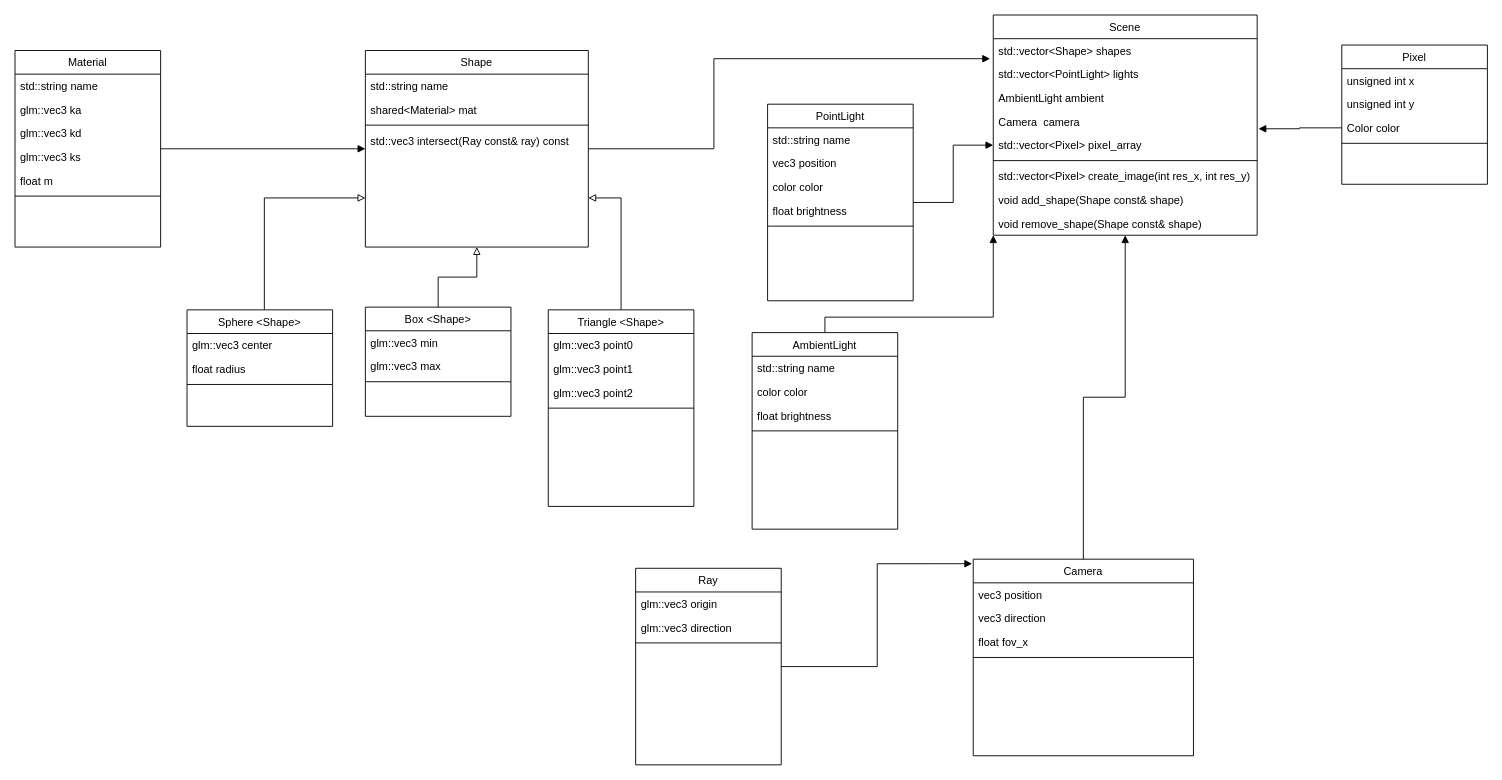
This is art/RayTracerUML.drawio from GorgeousOne/Prog-RayTracer, a draw.io file, before an edit. Source tidied: cells renumbered, new cells numbered last; positions are measured from the earlier drawing's top-left corner, leaving out a move shared by most shapes. Both pictures are drawn from the tidied source at 91%, with x=0, y=0 at pixel (15, 15).
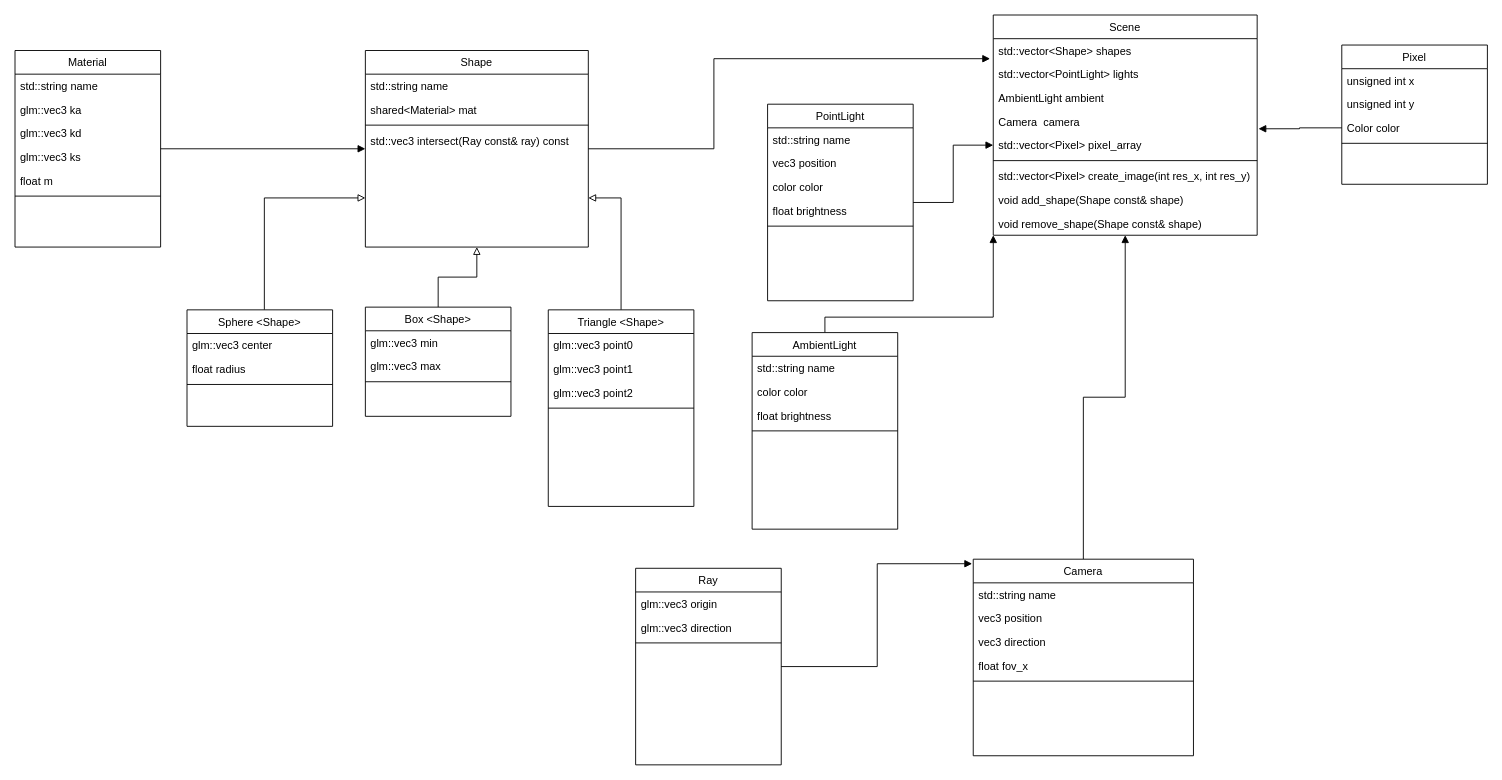
After the change.

Unchanged cells that the change refers to:
```xml
<mxCell id="17" value="Camera" style="swimlane;fontStyle=0;align=center;verticalAlign=top;horizontal=1;startSize=26;rounded=0;shadow=0;strokeWidth=1;" parent="1" vertex="1">
  <mxGeometry x="1053" y="598" width="242" height="216" as="geometry" />
</mxCell>
```

Change to the diagram source:
```diff
@@
+    <mxCell id="72" value="std::string name" style="text;align=left;verticalAlign=top;spacingLeft=4;spacingRight=4;overflow=hidden;rounded=0;shadow=0;html=0;" parent="17" vertex="1">
+      <mxGeometry y="26" width="242" height="26" as="geometry" />
+    </mxCell>
     <mxCell id="18" value="vec3 position" style="text;align=left;verticalAlign=top;spacingLeft=4;spacingRight=4;overflow=hidden;rounded=0;shadow=0;html=0;" parent="17" vertex="1">
-      <mxGeometry y="26" width="242" height="26" as="geometry" />
+      <mxGeometry y="52" width="242" height="26" as="geometry" />
     </mxCell>
     <mxCell id="19" value="vec3 direction" style="text;align=left;verticalAlign=top;spacingLeft=4;spacingRight=4;overflow=hidden;rounded=0;shadow=0;html=0;" parent="17" vertex="1">
-      <mxGeometry y="52" width="242" height="26" as="geometry" />
+      <mxGeometry y="78" width="242" height="26" as="geometry" />
     </mxCell>
     <mxCell id="20" value="float fov_x" style="text;align=left;verticalAlign=top;spacingLeft=4;spacingRight=4;overflow=hidden;rounded=0;shadow=0;html=0;" parent="17" vertex="1">
-      <mxGeometry y="78" width="242" height="26" as="geometry" />
+      <mxGeometry y="104" width="242" height="26" as="geometry" />
     </mxCell>
     <mxCell id="21" style="line;html=1;strokeWidth=1;align=left;verticalAlign=middle;spacingTop=-1;spacingLeft=3;spacingRight=3;labelPosition=right;" parent="17" vertex="1">
-      <mxGeometry y="104" width="242" height="8" as="geometry" />
+      <mxGeometry y="130" width="242" height="8" as="geometry" />
     </mxCell>
```
